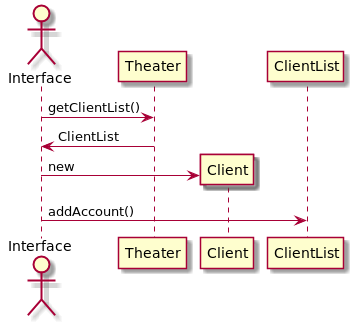
Earlier version of the PlantUML export src/SequenceDiagrams/AddClient.png (FreezeWarp/372Groupwork).
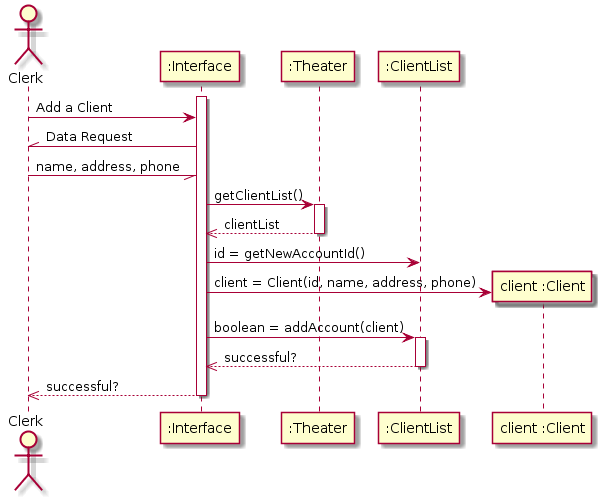
After the commit.

The edit, as a diff of the source:
```diff
@@ -1,12 +1,23 @@
 @startuml
 
-actor Interface
-participant Theater
+actor Clerk
 
-Interface -> Theater : getClientList()
-Theater -> Interface: ClientList
-create Client
-Interface -> Client: new
-Interface -> ClientList : addAccount()
+activate ":Interface"
+Clerk -> ":Interface" : Add a Client
+Clerk //- ":Interface": Data Request
+Clerk -// ":Interface": name, address, phone
 
+":Interface" -> ":Theater" : getClientList()
+activate ":Theater"
+":Theater" -->> ":Interface": clientList
+deactivate ":Theater"
+":Interface" -> ":ClientList": id = getNewAccountId()
+create "client :Client"
+":Interface" -> "client :Client": client = Client(id, name, address, phone)
+":Interface" -> ":ClientList" : boolean = addAccount(client)
+activate ":ClientList"
+":ClientList" -->> ":Interface" : successful?
+deactivate ":ClientList"
+":Interface" -->> Clerk : successful?
+deactivate ":Interface"
 @enduml
```
